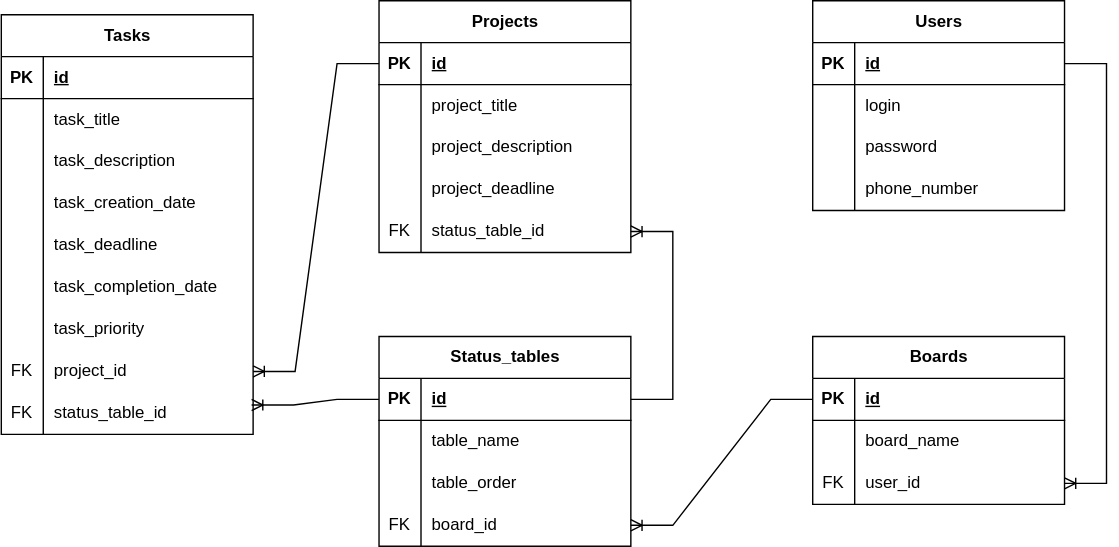
The draw.io diagram documentation/dataSchemas/LogicalSchema.svg in Leerv474/PeachNote, before a commit. Source tidied: cells renumbered, new cells last; positions are measured from the earlier drawing's top-left corner, leaving out a move shared by most shapes.
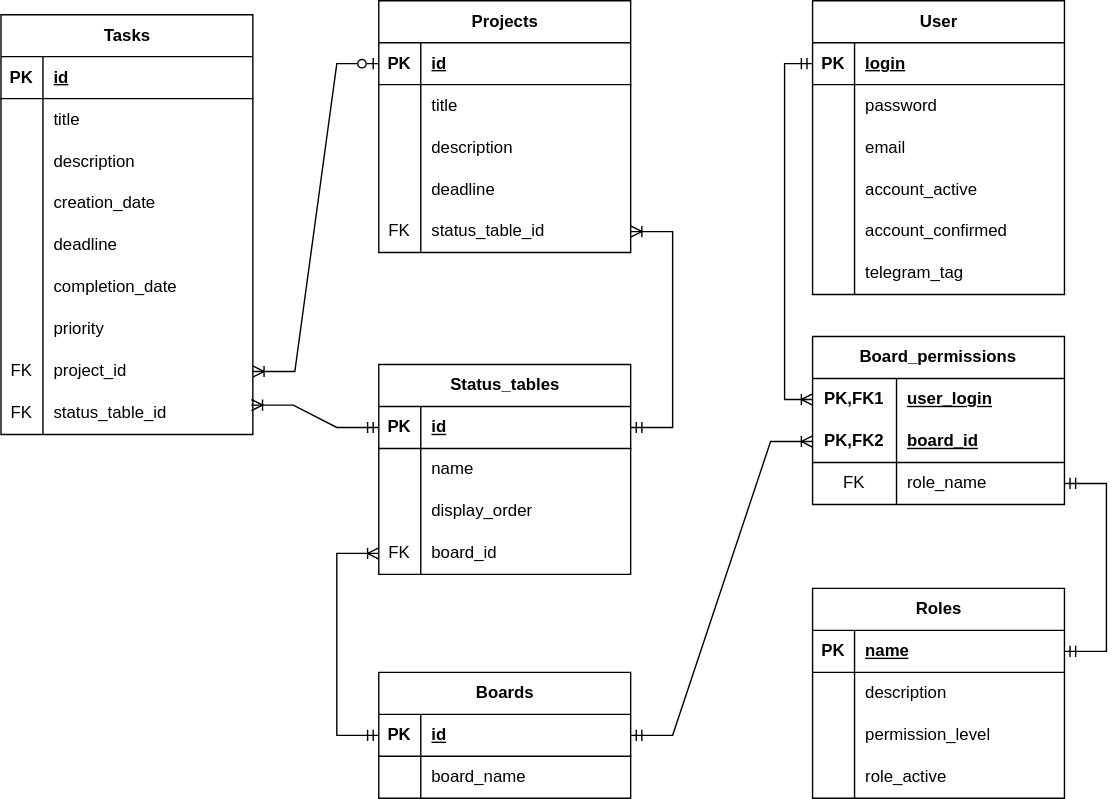
The same file after the commit.

What changed in the source:
```diff
@@ -22,3 +22,3 @@
     </mxCell>
-    <mxCell id="8" value="task_title" style="shape=partialRectangle;fillColor=none;top=0;left=0;bottom=0;right=0;align=left;spacingLeft=6;overflow=hidden;whiteSpace=wrap;html=1;" parent="6" vertex="1">
+    <mxCell id="8" value="title" style="shape=partialRectangle;fillColor=none;top=0;left=0;bottom=0;right=0;align=left;spacingLeft=6;overflow=hidden;whiteSpace=wrap;html=1;" parent="6" vertex="1">
       <mxGeometry x="30" width="150" height="30" as="geometry" />
@@ -31,3 +31,3 @@
     </mxCell>
-    <mxCell id="11" value="task_description" style="shape=partialRectangle;fillColor=none;top=0;left=0;bottom=0;right=0;align=left;spacingLeft=6;overflow=hidden;whiteSpace=wrap;html=1;" parent="9" vertex="1">
+    <mxCell id="11" value="description" style="shape=partialRectangle;fillColor=none;top=0;left=0;bottom=0;right=0;align=left;spacingLeft=6;overflow=hidden;whiteSpace=wrap;html=1;" parent="9" vertex="1">
       <mxGeometry x="30" width="150" height="30" as="geometry" />
@@ -40,3 +40,3 @@
     </mxCell>
-    <mxCell id="14" value="task_creation_date" style="shape=partialRectangle;fillColor=none;top=0;left=0;bottom=0;right=0;align=left;spacingLeft=6;overflow=hidden;whiteSpace=wrap;html=1;" parent="12" vertex="1">
+    <mxCell id="14" value="creation_date" style="shape=partialRectangle;fillColor=none;top=0;left=0;bottom=0;right=0;align=left;spacingLeft=6;overflow=hidden;whiteSpace=wrap;html=1;" parent="12" vertex="1">
       <mxGeometry x="30" width="150" height="30" as="geometry" />
@@ -49,3 +49,3 @@
     </mxCell>
-    <mxCell id="17" value="task_deadline" style="shape=partialRectangle;fillColor=none;top=0;left=0;bottom=0;right=0;align=left;spacingLeft=6;overflow=hidden;whiteSpace=wrap;html=1;" parent="15" vertex="1">
+    <mxCell id="17" value="deadline" style="shape=partialRectangle;fillColor=none;top=0;left=0;bottom=0;right=0;align=left;spacingLeft=6;overflow=hidden;whiteSpace=wrap;html=1;" parent="15" vertex="1">
       <mxGeometry x="30" width="150" height="30" as="geometry" />
@@ -58,3 +58,3 @@
     </mxCell>
-    <mxCell id="20" value="task_completion_date" style="shape=partialRectangle;fillColor=none;top=0;left=0;bottom=0;right=0;align=left;spacingLeft=6;overflow=hidden;whiteSpace=wrap;html=1;" parent="18" vertex="1">
+    <mxCell id="20" value="completion_date" style="shape=partialRectangle;fillColor=none;top=0;left=0;bottom=0;right=0;align=left;spacingLeft=6;overflow=hidden;whiteSpace=wrap;html=1;" parent="18" vertex="1">
       <mxGeometry x="30" width="150" height="30" as="geometry" />
@@ -67,3 +67,3 @@
     </mxCell>
-    <mxCell id="23" value="task_priority" style="shape=partialRectangle;fillColor=none;top=0;left=0;bottom=0;right=0;align=left;spacingLeft=6;overflow=hidden;whiteSpace=wrap;html=1;" parent="21" vertex="1">
+    <mxCell id="23" value="priority" style="shape=partialRectangle;fillColor=none;top=0;left=0;bottom=0;right=0;align=left;spacingLeft=6;overflow=hidden;whiteSpace=wrap;html=1;" parent="21" vertex="1">
       <mxGeometry x="30" width="150" height="30" as="geometry" />
@@ -106,3 +106,3 @@
     </mxCell>
-    <mxCell id="36" value="project_title" style="shape=partialRectangle;fillColor=none;top=0;left=0;bottom=0;right=0;align=left;spacingLeft=6;overflow=hidden;whiteSpace=wrap;html=1;" parent="34" vertex="1">
+    <mxCell id="36" value="title" style="shape=partialRectangle;fillColor=none;top=0;left=0;bottom=0;right=0;align=left;spacingLeft=6;overflow=hidden;whiteSpace=wrap;html=1;" parent="34" vertex="1">
       <mxGeometry x="30" width="150" height="30" as="geometry" />
@@ -115,3 +115,3 @@
     </mxCell>
-    <mxCell id="39" value="project_description" style="shape=partialRectangle;fillColor=none;top=0;left=0;bottom=0;right=0;align=left;spacingLeft=6;overflow=hidden;whiteSpace=wrap;html=1;" parent="37" vertex="1">
+    <mxCell id="39" value="description" style="shape=partialRectangle;fillColor=none;top=0;left=0;bottom=0;right=0;align=left;spacingLeft=6;overflow=hidden;whiteSpace=wrap;html=1;" parent="37" vertex="1">
       <mxGeometry x="30" width="150" height="30" as="geometry" />
@@ -124,3 +124,3 @@
     </mxCell>
-    <mxCell id="42" value="project_deadline" style="shape=partialRectangle;fillColor=none;top=0;left=0;bottom=0;right=0;align=left;spacingLeft=6;overflow=hidden;whiteSpace=wrap;html=1;" parent="40" vertex="1">
+    <mxCell id="42" value="deadline" style="shape=partialRectangle;fillColor=none;top=0;left=0;bottom=0;right=0;align=left;spacingLeft=6;overflow=hidden;whiteSpace=wrap;html=1;" parent="40" vertex="1">
       <mxGeometry x="30" width="150" height="30" as="geometry" />
@@ -137,3 +137,3 @@
     <mxCell id="46" value="Status_tables" style="shape=table;startSize=30;rowLines=0;fontStyle=1;align=center;html=1;" parent="1" vertex="1">
-      <mxGeometry x="270" y="240" width="180" height="150" as="geometry" />
+      <mxGeometry x="270" y="260" width="180" height="150" as="geometry" />
     </mxCell>
@@ -154,3 +154,3 @@
     </mxCell>
-    <mxCell id="52" value="table_name" style="shape=partialRectangle;fillColor=none;top=0;left=0;bottom=0;right=0;align=left;spacingLeft=6;overflow=hidden;whiteSpace=wrap;html=1;" parent="50" vertex="1">
+    <mxCell id="52" value="name" style="shape=partialRectangle;fillColor=none;top=0;left=0;bottom=0;right=0;align=left;spacingLeft=6;overflow=hidden;whiteSpace=wrap;html=1;" parent="50" vertex="1">
       <mxGeometry x="30" width="150" height="30" as="geometry" />
@@ -163,3 +163,3 @@
     </mxCell>
-    <mxCell id="55" value="table_order" style="shape=partialRectangle;fillColor=none;top=0;left=0;bottom=0;right=0;align=left;spacingLeft=6;overflow=hidden;whiteSpace=wrap;html=1;" parent="53" vertex="1">
+    <mxCell id="55" value="display_order" style="shape=partialRectangle;fillColor=none;top=0;left=0;bottom=0;right=0;align=left;spacingLeft=6;overflow=hidden;whiteSpace=wrap;html=1;" parent="53" vertex="1">
       <mxGeometry x="30" width="150" height="30" as="geometry" />
@@ -175,4 +175,4 @@
     </mxCell>
-    <mxCell id="59" value="Users" style="shape=table;startSize=30;rowLines=0;fontStyle=1;align=center;html=1;" parent="1" vertex="1">
-      <mxGeometry x="580" width="180" height="150" as="geometry" />
+    <mxCell id="59" value="User" style="shape=table;startSize=30;rowLines=0;fontStyle=1;align=center;html=1;" parent="1" vertex="1">
+      <mxGeometry x="580" width="180" height="210" as="geometry" />
     </mxCell>
@@ -184,16 +184,7 @@
     </mxCell>
-    <mxCell id="62" value="id" style="shape=partialRectangle;fillColor=none;top=0;left=0;bottom=0;right=0;align=left;spacingLeft=6;fontStyle=5;overflow=hidden;whiteSpace=wrap;html=1;" parent="60" vertex="1">
+    <mxCell id="62" value="login" style="shape=partialRectangle;fillColor=none;top=0;left=0;bottom=0;right=0;align=left;spacingLeft=6;fontStyle=5;overflow=hidden;whiteSpace=wrap;html=1;" parent="60" vertex="1">
       <mxGeometry x="30" width="150" height="30" as="geometry" />
     </mxCell>
-    <mxCell id="63" style="shape=tableRow;horizontal=0;startSize=0;swimlaneHead=0;swimlaneBody=0;fillColor=none;top=0;left=0;right=0;bottom=0;" parent="59" vertex="1">
-      <mxGeometry y="60" width="180" height="30" as="geometry" />
-    </mxCell>
-    <mxCell id="64" style="shape=partialRectangle;fillColor=none;top=0;left=0;bottom=0;right=0;overflow=hidden;whiteSpace=wrap;html=1;" parent="63" vertex="1">
-      <mxGeometry width="30" height="30" as="geometry" />
-    </mxCell>
-    <mxCell id="65" value="login" style="shape=partialRectangle;fillColor=none;top=0;left=0;bottom=0;right=0;align=left;spacingLeft=6;overflow=hidden;whiteSpace=wrap;html=1;" parent="63" vertex="1">
-      <mxGeometry x="30" width="150" height="30" as="geometry" />
-    </mxCell>
     <mxCell id="66" style="shape=tableRow;horizontal=0;startSize=0;swimlaneHead=0;swimlaneBody=0;fillColor=none;top=0;left=0;right=0;bottom=0;" parent="59" vertex="1">
-      <mxGeometry y="90" width="180" height="30" as="geometry" />
+      <mxGeometry y="60" width="180" height="30" as="geometry" />
     </mxCell>
@@ -206,3 +197,3 @@
     <mxCell id="69" style="shape=tableRow;horizontal=0;startSize=0;swimlaneHead=0;swimlaneBody=0;fillColor=none;top=0;left=0;right=0;bottom=0;" parent="59" vertex="1">
-      <mxGeometry y="120" width="180" height="30" as="geometry" />
+      <mxGeometry y="90" width="180" height="30" as="geometry" />
     </mxCell>
@@ -211,7 +202,34 @@
     </mxCell>
-    <mxCell id="71" value="phone_number" style="shape=partialRectangle;fillColor=none;top=0;left=0;bottom=0;right=0;align=left;spacingLeft=6;overflow=hidden;whiteSpace=wrap;html=1;" parent="69" vertex="1">
+    <mxCell id="71" value="email" style="shape=partialRectangle;fillColor=none;top=0;left=0;bottom=0;right=0;align=left;spacingLeft=6;overflow=hidden;whiteSpace=wrap;html=1;" parent="69" vertex="1">
       <mxGeometry x="30" width="150" height="30" as="geometry" />
     </mxCell>
+    <mxCell id="87" style="shape=tableRow;horizontal=0;startSize=0;swimlaneHead=0;swimlaneBody=0;fillColor=none;top=0;left=0;right=0;bottom=0;" parent="59" vertex="1">
+      <mxGeometry y="120" width="180" height="30" as="geometry" />
+    </mxCell>
+    <mxCell id="88" style="shape=partialRectangle;fillColor=none;top=0;left=0;bottom=0;right=0;overflow=hidden;whiteSpace=wrap;html=1;" parent="87" vertex="1">
+      <mxGeometry width="30" height="30" as="geometry" />
+    </mxCell>
+    <mxCell id="89" value="account_active" style="shape=partialRectangle;fillColor=none;top=0;left=0;bottom=0;right=0;align=left;spacingLeft=6;overflow=hidden;whiteSpace=wrap;html=1;" parent="87" vertex="1">
+      <mxGeometry x="30" width="150" height="30" as="geometry" />
+    </mxCell>
+    <mxCell id="90" style="shape=tableRow;horizontal=0;startSize=0;swimlaneHead=0;swimlaneBody=0;fillColor=none;top=0;left=0;right=0;bottom=0;" parent="59" vertex="1">
+      <mxGeometry y="150" width="180" height="30" as="geometry" />
+    </mxCell>
+    <mxCell id="91" style="shape=partialRectangle;fillColor=none;top=0;left=0;bottom=0;right=0;overflow=hidden;whiteSpace=wrap;html=1;" parent="90" vertex="1">
+      <mxGeometry width="30" height="30" as="geometry" />
+    </mxCell>
+    <mxCell id="92" value="account_confirmed" style="shape=partialRectangle;fillColor=none;top=0;left=0;bottom=0;right=0;align=left;spacingLeft=6;overflow=hidden;whiteSpace=wrap;html=1;" parent="90" vertex="1">
+      <mxGeometry x="30" width="150" height="30" as="geometry" />
+    </mxCell>
+    <mxCell id="93" style="shape=tableRow;horizontal=0;startSize=0;swimlaneHead=0;swimlaneBody=0;fillColor=none;top=0;left=0;right=0;bottom=0;" parent="59" vertex="1">
+      <mxGeometry y="180" width="180" height="30" as="geometry" />
+    </mxCell>
+    <mxCell id="94" style="shape=partialRectangle;fillColor=none;top=0;left=0;bottom=0;right=0;overflow=hidden;whiteSpace=wrap;html=1;" parent="93" vertex="1">
+      <mxGeometry width="30" height="30" as="geometry" />
+    </mxCell>
+    <mxCell id="95" value="telegram_tag" style="shape=partialRectangle;fillColor=none;top=0;left=0;bottom=0;right=0;align=left;spacingLeft=6;overflow=hidden;whiteSpace=wrap;html=1;" parent="93" vertex="1">
+      <mxGeometry x="30" width="150" height="30" as="geometry" />
+    </mxCell>
     <mxCell id="72" value="Boards" style="shape=table;startSize=30;rowLines=0;fontStyle=1;align=center;html=1;" parent="1" vertex="1">
-      <mxGeometry x="580" y="240" width="180" height="120" as="geometry" />
+      <mxGeometry x="270" y="480" width="180" height="90" as="geometry" />
     </mxCell>
@@ -235,26 +253,102 @@
     </mxCell>
-    <mxCell id="79" style="shape=tableRow;horizontal=0;startSize=0;swimlaneHead=0;swimlaneBody=0;fillColor=none;points=[[0,0.5],[1,0.5]];portConstraint=eastwest;top=0;left=0;right=0;bottom=0;" parent="72" vertex="1">
-      <mxGeometry y="90" width="180" height="30" as="geometry" />
-    </mxCell>
-    <mxCell id="80" value="FK" style="shape=partialRectangle;fillColor=none;top=0;left=0;bottom=0;right=0;overflow=hidden;whiteSpace=wrap;html=1;" parent="79" vertex="1">
-      <mxGeometry width="30" height="30" as="geometry" />
-    </mxCell>
-    <mxCell id="81" value="user_id" style="shape=partialRectangle;fillColor=none;top=0;left=0;bottom=0;right=0;align=left;spacingLeft=6;overflow=hidden;whiteSpace=wrap;html=1;" parent="79" vertex="1">
-      <mxGeometry x="30" width="150" height="30" as="geometry" />
-    </mxCell>
-    <mxCell id="82" style="edgeStyle=entityRelationEdgeStyle;fontSize=12;html=1;endArrow=ERoneToMany;rounded=0;exitX=0;exitY=0.5;exitDx=0;exitDy=0;entryX=1;entryY=0.5;entryDx=0;entryDy=0;" parent="1" edge="1" source="31" target="24">
+    <mxCell id="82" style="edgeStyle=entityRelationEdgeStyle;fontSize=12;html=1;endArrow=ERoneToMany;rounded=0;exitX=0;exitY=0.5;exitDx=0;exitDy=0;entryX=1;entryY=0.5;entryDx=0;entryDy=0;startArrow=ERzeroToOne;startFill=0;" parent="1" edge="1" source="31" target="24">
       <mxGeometry relative="1" as="geometry" />
     </mxCell>
-    <mxCell id="83" style="fontSize=12;html=1;endArrow=ERoneToMany;rounded=0;exitX=0;exitY=0.5;exitDx=0;exitDy=0;entryX=0.994;entryY=0.3;entryDx=0;entryDy=0;entryPerimeter=0;edgeStyle=entityRelationEdgeStyle;" parent="1" edge="1" source="47" target="27">
+    <mxCell id="83" style="fontSize=12;html=1;endArrow=ERoneToMany;rounded=0;exitX=0;exitY=0.5;exitDx=0;exitDy=0;entryX=0.994;entryY=0.3;entryDx=0;entryDy=0;entryPerimeter=0;edgeStyle=entityRelationEdgeStyle;startArrow=ERmandOne;startFill=0;" parent="1" edge="1" source="47" target="27">
       <mxGeometry relative="1" as="geometry" />
     </mxCell>
-    <mxCell id="84" style="edgeStyle=entityRelationEdgeStyle;fontSize=12;html=1;endArrow=ERoneToMany;rounded=0;exitX=1;exitY=0.5;exitDx=0;exitDy=0;entryX=1;entryY=0.5;entryDx=0;entryDy=0;" parent="1" edge="1" source="47" target="43">
+    <mxCell id="84" style="edgeStyle=entityRelationEdgeStyle;fontSize=12;html=1;endArrow=ERoneToMany;rounded=0;exitX=1;exitY=0.5;exitDx=0;exitDy=0;entryX=1;entryY=0.5;entryDx=0;entryDy=0;startArrow=ERmandOne;startFill=0;" parent="1" edge="1" source="47" target="43">
       <mxGeometry relative="1" as="geometry" />
     </mxCell>
-    <mxCell id="85" style="edgeStyle=entityRelationEdgeStyle;fontSize=12;html=1;endArrow=ERoneToMany;rounded=0;exitX=0;exitY=0.5;exitDx=0;exitDy=0;entryX=1;entryY=0.5;entryDx=0;entryDy=0;" parent="1" edge="1" source="73" target="56">
-      <mxGeometry relative="1" as="geometry" />
+    <mxCell id="85" style="edgeStyle=orthogonalEdgeStyle;fontSize=12;html=1;endArrow=ERoneToMany;rounded=0;exitX=0;exitY=0.5;exitDx=0;exitDy=0;entryX=0;entryY=0.5;entryDx=0;entryDy=0;startArrow=ERmandOne;startFill=0;" parent="1" edge="1" source="73" target="56">
+      <mxGeometry relative="1" as="geometry">
+        <Array as="points">
+          <mxPoint x="240" y="525" />
+          <mxPoint x="240" y="395" />
+        </Array>
+      </mxGeometry>
     </mxCell>
-    <mxCell id="86" style="edgeStyle=entityRelationEdgeStyle;fontSize=12;html=1;endArrow=ERoneToMany;rounded=0;exitX=1;exitY=0.5;exitDx=0;exitDy=0;entryX=1;entryY=0.5;entryDx=0;entryDy=0;" parent="1" edge="1" source="60" target="79">
-      <mxGeometry relative="1" as="geometry" />
-    </mxCell>
+    <mxCell id="96" value="Board_permissions" style="shape=table;startSize=30;rowLines=0;fontStyle=1;align=center;html=1;whiteSpace=wrap;" parent="1" vertex="1">
+      <mxGeometry x="580" y="240" width="180" height="120" as="geometry" />
+    </mxCell>
+    <mxCell id="97" style="shape=tableRow;horizontal=0;startSize=0;swimlaneHead=0;swimlaneBody=0;fillColor=none;points=[[0,0.5],[1,0.5]];portConstraint=eastwest;top=0;left=0;right=0;bottom=0;html=1;" parent="96" vertex="1">
+      <mxGeometry y="30" width="180" height="30" as="geometry" />
+    </mxCell>
+    <mxCell id="98" value="PK,FK1" style="shape=partialRectangle;fillColor=none;top=0;left=0;bottom=0;right=0;fontStyle=1;overflow=hidden;html=1;whiteSpace=wrap;" parent="97" vertex="1">
+      <mxGeometry width="60" height="30" as="geometry" />
+    </mxCell>
+    <mxCell id="99" value="user_login" style="shape=partialRectangle;fillColor=none;top=0;left=0;bottom=0;right=0;align=left;spacingLeft=6;fontStyle=5;overflow=hidden;html=1;whiteSpace=wrap;" parent="97" vertex="1">
+      <mxGeometry x="60" width="120" height="30" as="geometry" />
+    </mxCell>
+    <mxCell id="100" style="shape=tableRow;horizontal=0;startSize=0;swimlaneHead=0;swimlaneBody=0;fillColor=none;points=[[0,0.5],[1,0.5]];portConstraint=eastwest;top=0;left=0;right=0;bottom=1;html=1;" parent="96" vertex="1">
+      <mxGeometry y="60" width="180" height="30" as="geometry" />
+    </mxCell>
+    <mxCell id="101" value="PK,FK2" style="shape=partialRectangle;fillColor=none;top=0;left=0;bottom=0;right=0;fontStyle=1;overflow=hidden;html=1;whiteSpace=wrap;" parent="100" vertex="1">
+      <mxGeometry width="60" height="30" as="geometry" />
+    </mxCell>
+    <mxCell id="102" value="board_id" style="shape=partialRectangle;fillColor=none;top=0;left=0;bottom=0;right=0;align=left;spacingLeft=6;fontStyle=5;overflow=hidden;html=1;whiteSpace=wrap;" parent="100" vertex="1">
+      <mxGeometry x="60" width="120" height="30" as="geometry" />
+    </mxCell>
+    <mxCell id="103" style="shape=tableRow;horizontal=0;startSize=0;swimlaneHead=0;swimlaneBody=0;fillColor=none;points=[[0,0.5],[1,0.5]];portConstraint=eastwest;top=0;left=0;right=0;bottom=0;html=1;" parent="96" vertex="1">
+      <mxGeometry y="90" width="180" height="30" as="geometry" />
+    </mxCell>
+    <mxCell id="80" value="FK" style="shape=partialRectangle;fillColor=none;top=0;left=0;bottom=0;right=0;overflow=hidden;html=1;whiteSpace=wrap;" parent="103" vertex="1">
+      <mxGeometry width="60" height="30" as="geometry" />
+    </mxCell>
+    <mxCell id="104" value="role_name" style="shape=partialRectangle;fillColor=none;top=0;left=0;bottom=0;right=0;align=left;spacingLeft=6;overflow=hidden;html=1;whiteSpace=wrap;" parent="103" vertex="1">
+      <mxGeometry x="60" width="120" height="30" as="geometry" />
+    </mxCell>
+    <mxCell id="105" style="edgeStyle=orthogonalEdgeStyle;fontSize=12;html=1;endArrow=ERoneToMany;rounded=0;exitX=0;exitY=0.5;exitDx=0;exitDy=0;entryX=0;entryY=0.5;entryDx=0;entryDy=0;startArrow=ERmandOne;startFill=0;" parent="1" edge="1" source="60" target="97">
+      <mxGeometry relative="1" as="geometry">
+        <Array as="points">
+          <mxPoint x="560" y="45" />
+          <mxPoint x="560" y="285" />
+        </Array>
+      </mxGeometry>
+    </mxCell>
+    <mxCell id="106" style="edgeStyle=entityRelationEdgeStyle;fontSize=12;html=1;endArrow=ERoneToMany;rounded=0;exitX=1;exitY=0.5;exitDx=0;exitDy=0;entryX=0;entryY=0.5;entryDx=0;entryDy=0;startArrow=ERmandOne;startFill=0;" parent="1" edge="1" source="73" target="100">
+      <mxGeometry relative="1" as="geometry" />
+    </mxCell>
+    <mxCell id="107" value="Roles" style="shape=table;startSize=30;rowLines=0;fontStyle=1;align=center;html=1;" parent="1" vertex="1">
+      <mxGeometry x="580" y="420" width="180" height="150" as="geometry" />
+    </mxCell>
+    <mxCell id="108" style="shape=tableRow;horizontal=0;startSize=0;swimlaneHead=0;swimlaneBody=0;fillColor=none;points=[[0,0.5],[1,0.5]];portConstraint=eastwest;top=0;left=0;right=0;bottom=1;" parent="107" vertex="1">
+      <mxGeometry y="30" width="180" height="30" as="geometry" />
+    </mxCell>
+    <mxCell id="109" value="PK" style="shape=partialRectangle;fillColor=none;top=0;left=0;bottom=0;right=0;fontStyle=1;overflow=hidden;whiteSpace=wrap;html=1;" parent="108" vertex="1">
+      <mxGeometry width="30" height="30" as="geometry" />
+    </mxCell>
+    <mxCell id="110" value="name" style="shape=partialRectangle;fillColor=none;top=0;left=0;bottom=0;right=0;align=left;spacingLeft=6;fontStyle=5;overflow=hidden;whiteSpace=wrap;html=1;" parent="108" vertex="1">
+      <mxGeometry x="30" width="150" height="30" as="geometry" />
+    </mxCell>
+    <mxCell id="63" style="shape=tableRow;horizontal=0;startSize=0;swimlaneHead=0;swimlaneBody=0;fillColor=none;top=0;left=0;right=0;bottom=0;" parent="107" vertex="1">
+      <mxGeometry y="60" width="180" height="30" as="geometry" />
+    </mxCell>
+    <mxCell id="111" style="shape=partialRectangle;fillColor=none;top=0;left=0;bottom=0;right=0;overflow=hidden;whiteSpace=wrap;html=1;" parent="63" vertex="1">
+      <mxGeometry width="30" height="30" as="geometry" />
+    </mxCell>
+    <mxCell id="112" value="description" style="shape=partialRectangle;fillColor=none;top=0;left=0;bottom=0;right=0;align=left;spacingLeft=6;overflow=hidden;whiteSpace=wrap;html=1;" parent="63" vertex="1">
+      <mxGeometry x="30" width="150" height="30" as="geometry" />
+    </mxCell>
+    <mxCell id="79" style="shape=tableRow;horizontal=0;startSize=0;swimlaneHead=0;swimlaneBody=0;fillColor=none;points=[[0,0.5],[1,0.5]];portConstraint=eastwest;top=0;left=0;right=0;bottom=0;" parent="107" vertex="1">
+      <mxGeometry y="90" width="180" height="30" as="geometry" />
+    </mxCell>
+    <mxCell id="113" style="shape=partialRectangle;fillColor=none;top=0;left=0;bottom=0;right=0;overflow=hidden;whiteSpace=wrap;html=1;" parent="79" vertex="1">
+      <mxGeometry width="30" height="30" as="geometry" />
+    </mxCell>
+    <mxCell id="114" value="permission_level" style="shape=partialRectangle;fillColor=none;top=0;left=0;bottom=0;right=0;align=left;spacingLeft=6;overflow=hidden;whiteSpace=wrap;html=1;" parent="79" vertex="1">
+      <mxGeometry x="30" width="150" height="30" as="geometry" />
+    </mxCell>
+    <mxCell id="115" style="shape=tableRow;horizontal=0;startSize=0;swimlaneHead=0;swimlaneBody=0;fillColor=none;top=0;left=0;right=0;bottom=0;" parent="107" vertex="1">
+      <mxGeometry y="120" width="180" height="30" as="geometry" />
+    </mxCell>
+    <mxCell id="116" style="shape=partialRectangle;fillColor=none;top=0;left=0;bottom=0;right=0;overflow=hidden;whiteSpace=wrap;html=1;" parent="115" vertex="1">
+      <mxGeometry width="30" height="30" as="geometry" />
+    </mxCell>
+    <mxCell id="117" value="role_active" style="shape=partialRectangle;fillColor=none;top=0;left=0;bottom=0;right=0;align=left;spacingLeft=6;overflow=hidden;whiteSpace=wrap;html=1;" parent="115" vertex="1">
+      <mxGeometry x="30" width="150" height="30" as="geometry" />
+    </mxCell>
+    <mxCell id="118" style="edgeStyle=entityRelationEdgeStyle;fontSize=12;html=1;endArrow=ERmandOne;startArrow=ERmandOne;rounded=0;entryX=1;entryY=0.5;entryDx=0;entryDy=0;exitX=1;exitY=0.5;exitDx=0;exitDy=0;" parent="1" edge="1" source="108" target="103">
+      <mxGeometry relative="1" as="geometry" />
+    </mxCell>
   </root>
```
